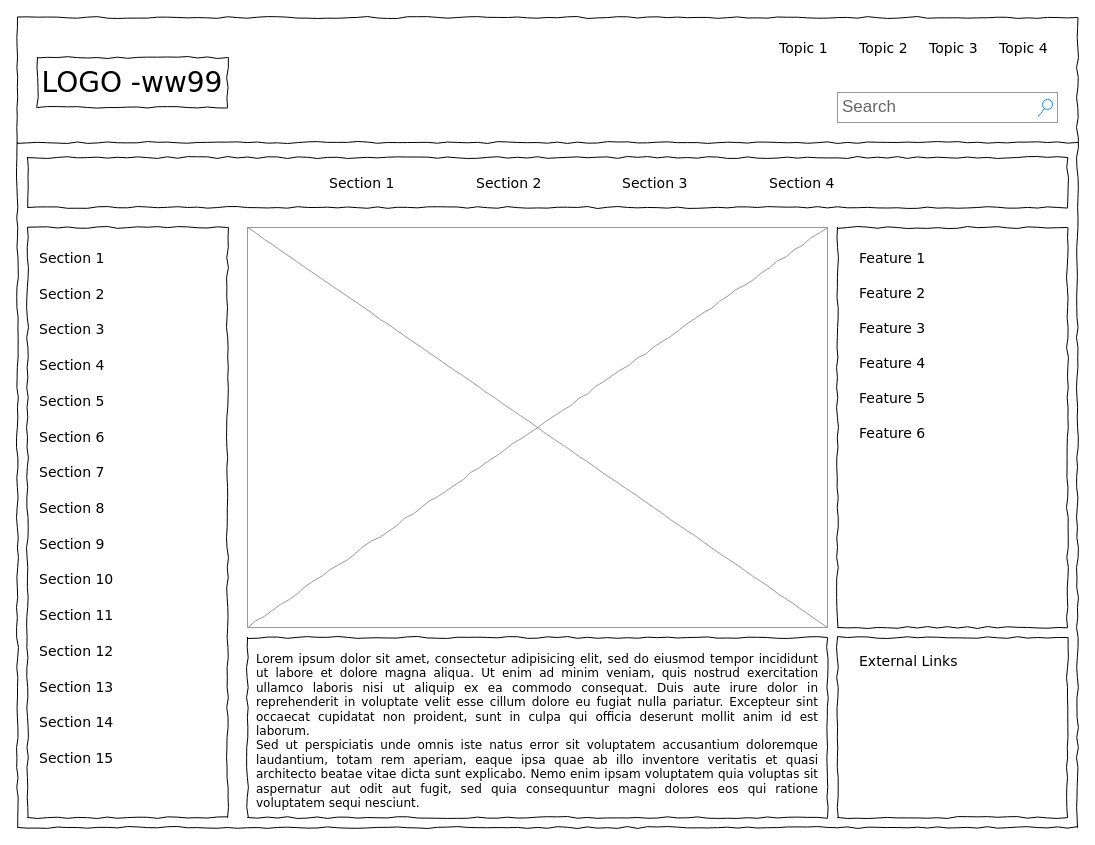
Before: mock01.drawio in joe-getcouragenow/core-runtime, a draw.io diagram. Source tidied: cells renumbered, new cells numbered last; positions are measured from the earlier drawing's top-left corner, leaving out a move shared by most shapes. Both pictures are drawn from the tidied source at 100%, with x=0, y=0 at pixel (17, 17).
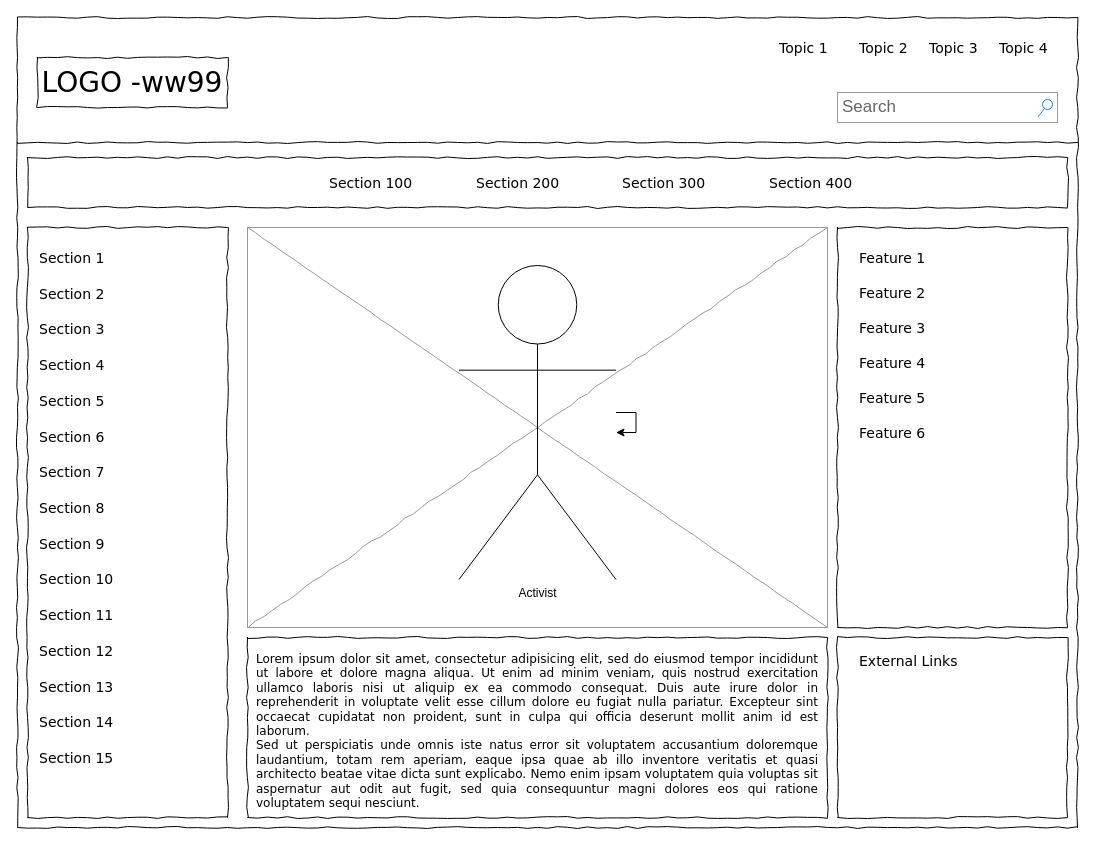
After the change.

Diff of the diagram source:
```diff
@@
-    <mxCell id="12" value="Section 1" style="text;html=1;align=left;verticalAlign=top;spacingTop=-4;fontSize=14;fontFamily=Verdana;" parent="1" vertex="1">
+    <mxCell id="12" value="Section 100" style="text;html=1;align=left;verticalAlign=top;spacingTop=-4;fontSize=14;fontFamily=Verdana;" parent="1" vertex="1">
       <mxGeometry x="310" y="155" width="60" height="20" as="geometry" />
     </mxCell>
-    <mxCell id="13" value="Section 2" style="text;html=1;align=left;verticalAlign=top;spacingTop=-4;fontSize=14;fontFamily=Verdana;" parent="1" vertex="1">
+    <mxCell id="13" value="Section 200" style="text;html=1;align=left;verticalAlign=top;spacingTop=-4;fontSize=14;fontFamily=Verdana;" parent="1" vertex="1">
       <mxGeometry x="457" y="155" width="60" height="20" as="geometry" />
     </mxCell>
-    <mxCell id="14" value="Section 3" style="text;html=1;align=left;verticalAlign=top;spacingTop=-4;fontSize=14;fontFamily=Verdana;" parent="1" vertex="1">
+    <mxCell id="14" value="Section 300&lt;br&gt;" style="text;html=1;align=left;verticalAlign=top;spacingTop=-4;fontSize=14;fontFamily=Verdana;" parent="1" vertex="1">
       <mxGeometry x="603" y="155" width="60" height="20" as="geometry" />
     </mxCell>
-    <mxCell id="15" value="Section 4" style="text;html=1;align=left;verticalAlign=top;spacingTop=-4;fontSize=14;fontFamily=Verdana;" parent="1" vertex="1">
+    <mxCell id="15" value="Section 400&lt;br&gt;" style="text;html=1;align=left;verticalAlign=top;spacingTop=-4;fontSize=14;fontFamily=Verdana;" parent="1" vertex="1">
       <mxGeometry x="750" y="155" width="60" height="20" as="geometry" />
     </mxCell>
@@
+    <mxCell id="42" value="Activist" style="shape=umlActor;verticalLabelPosition=bottom;labelBackgroundColor=#ffffff;verticalAlign=top;html=1;outlineConnect=0;" parent="1" vertex="1">
+      <mxGeometry x="441.5" y="248" width="157" height="314" as="geometry" />
+    </mxCell>
+    <mxCell id="43" style="edgeStyle=orthogonalEdgeStyle;rounded=0;orthogonalLoop=1;jettySize=auto;html=1;" parent="1" edge="1" source="42" target="42">
+      <mxGeometry relative="1" as="geometry" />
+    </mxCell>
```
